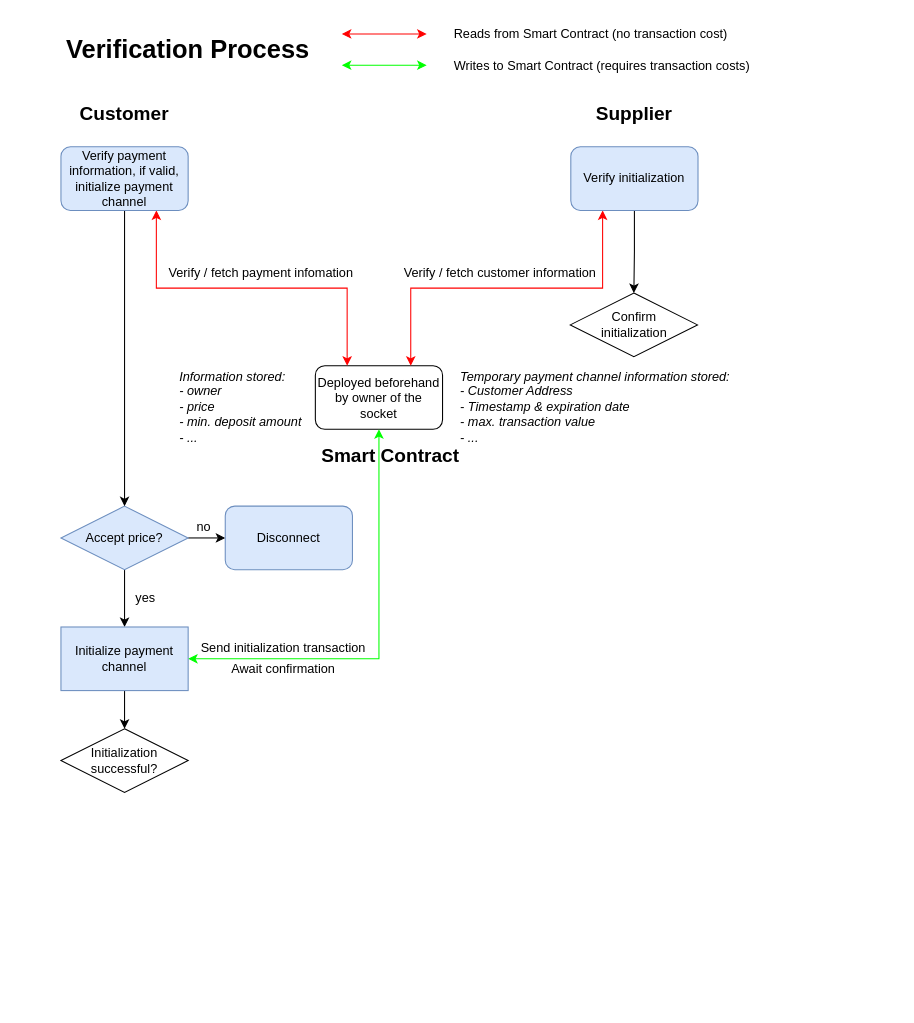
This is page "verification_process" (2 of 4) of flowcharts/Plug-Socket.drawio from gretzke/Blockchain-Based-Smart-Outlet, a draw.io file, before an edit. Source tidied: cells renumbered, new cells numbered last; positions are measured from the earlier drawing's top-left corner, leaving out a move shared by most shapes. Both pictures are drawn from the tidied source at 106%, with x=0, y=0 at pixel (60, 23).
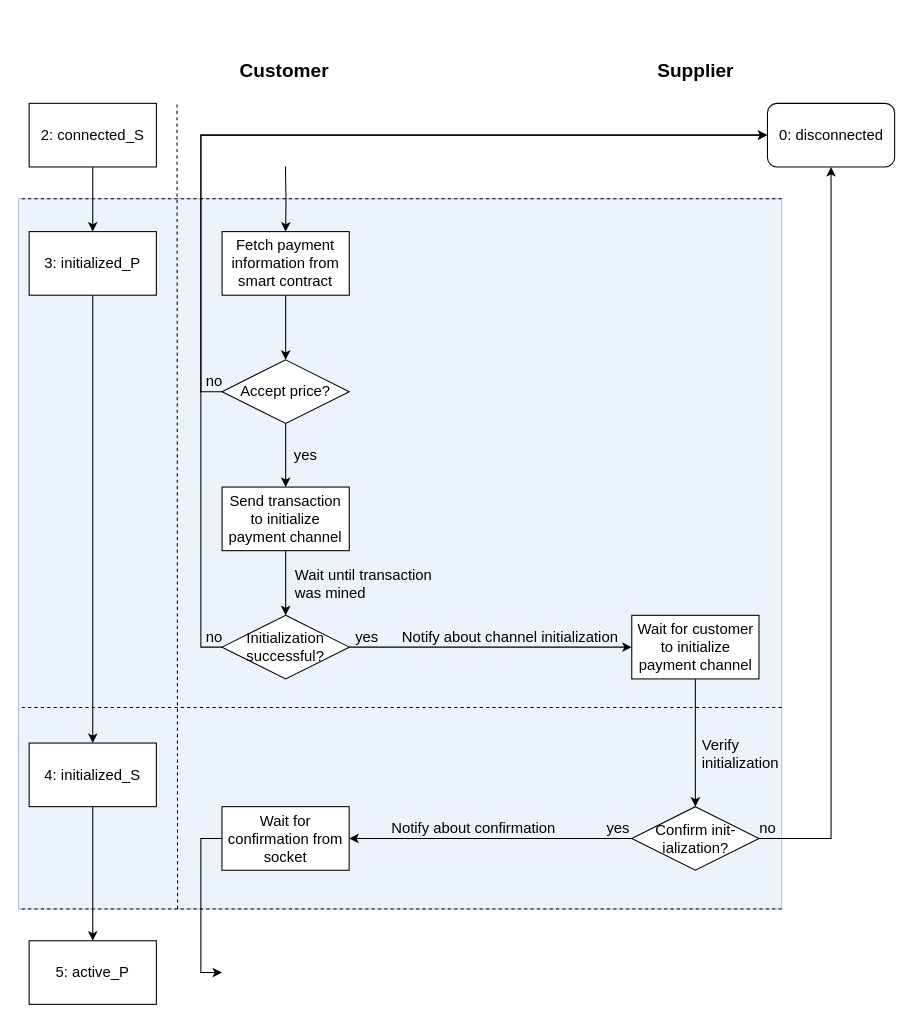
The same diagram, later.

What changed in the source:
```diff
@@
-    <mxCell id="2" value="Deployed beforehand by owner of the socket&lt;br&gt;" style="rounded=1;whiteSpace=wrap;html=1;" parent="1" vertex="1">
-      <mxGeometry x="240" y="322.5" width="120" height="60" as="geometry" />
-    </mxCell>
-    <mxCell id="3" value="&lt;i&gt;Information stored:&lt;br&gt;- owner&lt;br&gt;- price&lt;br&gt;- min. deposit amount&lt;br&gt;- ...&lt;br&gt;&lt;br&gt;&lt;/i&gt;" style="text;html=1;align=left;verticalAlign=top;spacingTop=-4;" parent="1" vertex="1">
-      <mxGeometry x="110" y="322.5" width="130" height="90" as="geometry" />
-    </mxCell>
-    <mxCell id="4" style="edgeStyle=orthogonalEdgeStyle;rounded=0;jettySize=auto;html=1;exitX=0.5;exitY=1;exitDx=0;exitDy=0;entryX=0.5;entryY=0;entryDx=0;entryDy=0;startArrow=none;startFill=0;endArrow=classic;endFill=1;strokeColor=#000000;" parent="1" edge="1" source="6" target="10">
-      <mxGeometry relative="1" as="geometry" />
-    </mxCell>
-    <mxCell id="5" style="edgeStyle=orthogonalEdgeStyle;rounded=0;jettySize=auto;html=1;exitX=1;exitY=0.5;exitDx=0;exitDy=0;entryX=0;entryY=0.5;entryDx=0;entryDy=0;" parent="1" edge="1" source="6" target="7">
-      <mxGeometry relative="1" as="geometry" />
-    </mxCell>
-    <mxCell id="6" value="Accept price?" style="rhombus;whiteSpace=wrap;html=1;fillColor=#dae8fc;strokeColor=#6c8ebf;" parent="1" vertex="1">
-      <mxGeometry y="455" width="120" height="60" as="geometry" />
-    </mxCell>
-    <mxCell id="7" value="Disconnect" style="rounded=1;whiteSpace=wrap;html=1;fillColor=#dae8fc;strokeColor=#6c8ebf;" parent="1" vertex="1">
-      <mxGeometry x="155" y="455" width="120" height="60" as="geometry" />
-    </mxCell>
-    <mxCell id="8" style="edgeStyle=orthogonalEdgeStyle;rounded=0;jettySize=auto;html=1;exitX=1;exitY=0.5;exitDx=0;exitDy=0;entryX=0.5;entryY=1;entryDx=0;entryDy=0;startArrow=classic;startFill=1;endArrow=classic;endFill=1;strokeColor=#00FF00;" parent="1" edge="1" source="10" target="2">
-      <mxGeometry relative="1" as="geometry" />
-    </mxCell>
-    <mxCell id="9" style="edgeStyle=orthogonalEdgeStyle;rounded=0;jettySize=auto;html=1;exitX=0.5;exitY=1;exitDx=0;exitDy=0;startArrow=none;startFill=0;endArrow=classic;endFill=1;strokeColor=#000000;entryX=0.5;entryY=0;entryDx=0;entryDy=0;" parent="1" edge="1" source="10" target="31">
-      <mxGeometry relative="1" as="geometry" />
-    </mxCell>
-    <mxCell id="10" value="Initialize payment channel" style="rounded=0;whiteSpace=wrap;html=1;fillColor=#dae8fc;strokeColor=#6c8ebf;" parent="1" vertex="1">
-      <mxGeometry y="569" width="120" height="60" as="geometry" />
-    </mxCell>
-    <mxCell id="11" value="&lt;i&gt;Temporary payment channel information stored:&lt;br&gt;- Customer Address&lt;br&gt;- Timestamp &amp;amp; expiration date&lt;br&gt;- max. transaction value&lt;br&gt;- ...&lt;br&gt;&lt;br&gt;&lt;/i&gt;" style="text;html=1;align=left;verticalAlign=top;spacingTop=-4;" parent="1" vertex="1">
-      <mxGeometry x="375" y="322.5" width="270" height="90" as="geometry" />
-    </mxCell>
-    <mxCell id="12" value="no&lt;br&gt;" style="text;html=1;strokeColor=none;fillColor=none;align=center;verticalAlign=middle;whiteSpace=wrap;rounded=0;" parent="1" vertex="1">
-      <mxGeometry x="115" y="465" width="40" height="20" as="geometry" />
-    </mxCell>
-    <mxCell id="13" value="&lt;h1&gt;Verification Process&lt;/h1&gt;" style="text;html=1;strokeColor=none;fillColor=none;align=center;verticalAlign=middle;whiteSpace=wrap;rounded=0;" parent="1" vertex="1">
-      <mxGeometry y="15" width="240" height="20" as="geometry" />
-    </mxCell>
-    <mxCell id="14" style="endArrow=classic;startArrow=classic;html=1;strokeColor=#FF0000;" parent="1" edge="1">
-      <mxGeometry relative="1" as="geometry">
-        <mxPoint x="265" y="9.5" as="sourcePoint" />
-        <mxPoint x="345" y="9.5" as="targetPoint" />
-      </mxGeometry>
-    </mxCell>
-    <mxCell id="15" style="endArrow=classic;startArrow=classic;html=1;strokeColor=#00FF00;" parent="1" edge="1">
-      <mxGeometry relative="1" as="geometry">
-        <mxPoint x="265" y="39" as="sourcePoint" />
-        <mxPoint x="345" y="39" as="targetPoint" />
-      </mxGeometry>
-    </mxCell>
-    <mxCell id="16" value="&lt;span&gt;Reads from Smart Contract (no transaction cost)&lt;/span&gt;" style="text;html=1;align=left;verticalAlign=top;spacingTop=-4;" parent="1" vertex="1">
-      <mxGeometry x="368.5" width="270" height="20" as="geometry" />
-    </mxCell>
-    <mxCell id="17" value="&lt;span&gt;Writes to Smart Contract (requires transaction costs)&lt;/span&gt;" style="text;html=1;align=left;verticalAlign=top;spacingTop=-4;" parent="1" vertex="1">
-      <mxGeometry x="368.5" y="30" width="290" height="20" as="geometry" />
-    </mxCell>
+    <mxCell id="34" style="rounded=0;whiteSpace=wrap;html=1;shadow=0;glass=0;comic=0;strokeWidth=1;fillColor=#dae8fc;strokeColor=#6c8ebf;opacity=50;fontSize=14;" parent="1" vertex="1">
+      <mxGeometry x="-40" y="165" width="720" height="670" as="geometry" />
+    </mxCell>
     <mxCell id="18" value="&lt;b&gt;&lt;font style=&quot;font-size: 18px&quot;&gt;Customer&lt;/font&gt;&lt;/b&gt;&lt;br&gt;" style="text;html=1;strokeColor=none;fillColor=none;align=center;verticalAlign=middle;whiteSpace=wrap;rounded=0;" parent="1" vertex="1">
-      <mxGeometry x="40" y="75" width="40" height="20" as="geometry" />
+      <mxGeometry x="190.5" y="35" width="40" height="20" as="geometry" />
     </mxCell>
     <mxCell id="19" value="&lt;b&gt;&lt;font style=&quot;font-size: 18px&quot;&gt;Supplier&lt;/font&gt;&lt;/b&gt;&lt;br&gt;" style="text;html=1;strokeColor=none;fillColor=none;align=center;verticalAlign=middle;whiteSpace=wrap;rounded=0;" parent="1" vertex="1">
-      <mxGeometry x="521" y="75" width="40" height="20" as="geometry" />
+      <mxGeometry x="578.5" y="35" width="40" height="20" as="geometry" />
     </mxCell>
-    <mxCell id="20" style="edgeStyle=orthogonalEdgeStyle;rounded=0;jettySize=auto;html=1;exitX=0.75;exitY=1;exitDx=0;exitDy=0;entryX=0.25;entryY=0;entryDx=0;entryDy=0;startArrow=classic;startFill=1;endArrow=classic;endFill=1;fillColor=#f8cecc;strokeColor=#FF0000;" parent="1" edge="1" source="22" target="2">
-      <mxGeometry relative="1" as="geometry" />
-    </mxCell>
-    <mxCell id="21" style="edgeStyle=orthogonalEdgeStyle;rounded=0;jettySize=auto;html=1;exitX=0.5;exitY=1;exitDx=0;exitDy=0;entryX=0.5;entryY=0;entryDx=0;entryDy=0;startArrow=none;startFill=0;endArrow=classic;endFill=1;strokeColor=#000000;" parent="1" edge="1" source="22" target="6">
-      <mxGeometry relative="1" as="geometry" />
-    </mxCell>
-    <mxCell id="22" value="Verify payment information, if valid, initialize payment channel&lt;br&gt;" style="rounded=1;whiteSpace=wrap;html=1;glass=0;fillColor=#dae8fc;strokeColor=#6c8ebf;" parent="1" vertex="1">
-      <mxGeometry y="116" width="120" height="60" as="geometry" />
-    </mxCell>
-    <mxCell id="23" style="edgeStyle=orthogonalEdgeStyle;rounded=0;jettySize=auto;html=1;exitX=0.25;exitY=1;exitDx=0;exitDy=0;entryX=0.75;entryY=0;entryDx=0;entryDy=0;startArrow=classic;startFill=1;endArrow=classic;endFill=1;strokeColor=#FF0000;" parent="1" edge="1" source="25" target="2">
-      <mxGeometry relative="1" as="geometry" />
-    </mxCell>
-    <mxCell id="24" style="edgeStyle=orthogonalEdgeStyle;rounded=0;jettySize=auto;html=1;exitX=0.5;exitY=1;exitDx=0;exitDy=0;startArrow=none;startFill=0;endArrow=classic;endFill=1;strokeColor=#000000;entryX=0.5;entryY=0;entryDx=0;entryDy=0;" parent="1" edge="1" source="25" target="32">
-      <mxGeometry relative="1" as="geometry" />
-    </mxCell>
+    <mxCell id="35" style="edgeStyle=orthogonalEdgeStyle;rounded=0;jettySize=auto;html=1;exitX=0.5;exitY=1;exitDx=0;exitDy=0;entryX=0.5;entryY=0;entryDx=0;entryDy=0;fontSize=14;" parent="1" edge="1" source="36" target="6">
+      <mxGeometry relative="1" as="geometry" />
+    </mxCell>
+    <mxCell id="36" value="Fetch payment information from smart contract&lt;br style=&quot;font-size: 14px;&quot;&gt;" style="rounded=0;whiteSpace=wrap;html=1;glass=0;fontSize=14;" parent="1" vertex="1">
+      <mxGeometry x="152" y="196" width="120" height="60" as="geometry" />
+    </mxCell>
+    <mxCell id="37" style="edgeStyle=orthogonalEdgeStyle;rounded=0;jettySize=auto;html=1;exitX=0.5;exitY=1;exitDx=0;exitDy=0;entryX=0.5;entryY=0;entryDx=0;entryDy=0;fontSize=14;" parent="1" edge="1" target="36">
+      <mxGeometry relative="1" as="geometry">
+        <mxPoint x="211.8" y="134.5" as="sourcePoint" />
+      </mxGeometry>
+    </mxCell>
+    <mxCell id="38" style="edgeStyle=orthogonalEdgeStyle;rounded=0;jettySize=auto;html=1;exitX=0.5;exitY=1;exitDx=0;exitDy=0;entryX=0.5;entryY=0;entryDx=0;entryDy=0;fontSize=14;" parent="1" edge="1" source="39" target="41">
+      <mxGeometry relative="1" as="geometry" />
+    </mxCell>
+    <mxCell id="39" value="2: connected_S" style="rounded=0;whiteSpace=wrap;html=1;shadow=0;glass=0;comic=0;strokeWidth=1;fillColor=none;gradientColor=none;fontSize=14;" parent="1" vertex="1">
+      <mxGeometry x="-30" y="75" width="120" height="60" as="geometry" />
+    </mxCell>
+    <mxCell id="40" style="edgeStyle=orthogonalEdgeStyle;rounded=0;jettySize=auto;html=1;exitX=0.5;exitY=1;exitDx=0;exitDy=0;entryX=0.5;entryY=0;entryDx=0;entryDy=0;fontSize=14;" parent="1" edge="1" source="41" target="43">
+      <mxGeometry relative="1" as="geometry" />
+    </mxCell>
+    <mxCell id="41" value="3: initialized_P" style="rounded=0;whiteSpace=wrap;html=1;shadow=0;glass=0;comic=0;strokeWidth=1;fontSize=14;" parent="1" vertex="1">
+      <mxGeometry x="-30" y="196" width="120" height="60" as="geometry" />
+    </mxCell>
+    <mxCell id="42" style="edgeStyle=orthogonalEdgeStyle;rounded=0;jettySize=auto;html=1;exitX=0.5;exitY=1;exitDx=0;exitDy=0;entryX=0.5;entryY=0;entryDx=0;entryDy=0;fontSize=14;" parent="1" edge="1" source="43" target="44">
+      <mxGeometry relative="1" as="geometry" />
+    </mxCell>
+    <mxCell id="43" value="4: initialized_S" style="rounded=0;whiteSpace=wrap;html=1;shadow=0;glass=0;comic=0;strokeWidth=1;fontSize=14;" parent="1" vertex="1">
+      <mxGeometry x="-30" y="678.5" width="120" height="60" as="geometry" />
+    </mxCell>
+    <mxCell id="44" value="5: active_P&lt;br style=&quot;font-size: 14px;&quot;&gt;" style="rounded=0;whiteSpace=wrap;html=1;shadow=0;glass=0;comic=0;strokeWidth=1;fillColor=none;gradientColor=none;fontSize=14;" parent="1" vertex="1">
+      <mxGeometry x="-30" y="865" width="120" height="60" as="geometry" />
+    </mxCell>
+    <mxCell id="45" style="endArrow=none;dashed=1;html=1;fontSize=14;" parent="1" edge="1">
+      <mxGeometry relative="1" as="geometry">
+        <mxPoint x="110" y="835" as="sourcePoint" />
+        <mxPoint x="109.5" y="75" as="targetPoint" />
+      </mxGeometry>
+    </mxCell>
+    <mxCell id="46" value="0: disconnected" style="rounded=1;whiteSpace=wrap;html=1;shadow=0;glass=0;comic=0;strokeWidth=1;fillColor=none;gradientColor=none;fontSize=14;" parent="1" vertex="1">
+      <mxGeometry x="666.5" y="75" width="120" height="60" as="geometry" />
+    </mxCell>
+    <mxCell id="47" style="endArrow=none;dashed=1;html=1;fontSize=14;" parent="1" edge="1">
+      <mxGeometry relative="1" as="geometry">
+        <mxPoint x="680" y="645" as="sourcePoint" />
+        <mxPoint x="-40" y="645" as="targetPoint" />
+      </mxGeometry>
+    </mxCell>
+    <mxCell id="48" style="endArrow=none;dashed=1;html=1;fontSize=14;entryX=0;entryY=0;entryDx=0;entryDy=0;entryPerimeter=0;exitX=1;exitY=0;exitDx=0;exitDy=0;exitPerimeter=0;" parent="1" edge="1" source="34" target="34">
+      <mxGeometry relative="1" as="geometry" />
+    </mxCell>
+    <mxCell id="49" style="endArrow=none;dashed=1;html=1;fontSize=14;exitX=1;exitY=1;exitDx=0;exitDy=0;exitPerimeter=0;entryX=0;entryY=1;entryDx=0;entryDy=0;entryPerimeter=0;" parent="1" edge="1" source="34" target="34">
+      <mxGeometry relative="1" as="geometry" />
+    </mxCell>
+    <mxCell id="50" style="edgeStyle=orthogonalEdgeStyle;rounded=0;jettySize=auto;html=1;exitX=0;exitY=0.5;exitDx=0;exitDy=0;entryX=0;entryY=0.5;entryDx=0;entryDy=0;fontSize=14;" parent="1" edge="1" source="6" target="46">
+      <mxGeometry relative="1" as="geometry" />
+    </mxCell>
+    <mxCell id="51" style="edgeStyle=orthogonalEdgeStyle;rounded=0;jettySize=auto;html=1;exitX=0.5;exitY=1;exitDx=0;exitDy=0;entryX=0.5;entryY=0;entryDx=0;entryDy=0;fontSize=14;" parent="1" edge="1" source="6" target="54">
+      <mxGeometry relative="1" as="geometry" />
+    </mxCell>
+    <mxCell id="6" value="Accept price?" style="rhombus;whiteSpace=wrap;html=1;fontSize=14;" parent="1" vertex="1">
+      <mxGeometry x="152" y="317" width="120" height="60" as="geometry" />
+    </mxCell>
+    <mxCell id="52" value="no" style="text;html=1;strokeColor=none;fillColor=none;align=center;verticalAlign=middle;whiteSpace=wrap;rounded=0;shadow=0;glass=0;comic=0;opacity=50;fontSize=14;" parent="1" vertex="1">
+      <mxGeometry x="125" y="327" width="40" height="20" as="geometry" />
+    </mxCell>
+    <mxCell id="53" style="edgeStyle=orthogonalEdgeStyle;rounded=0;jettySize=auto;html=1;exitX=0.5;exitY=1;exitDx=0;exitDy=0;entryX=0.5;entryY=0;entryDx=0;entryDy=0;fontSize=14;" parent="1" edge="1" source="54" target="31">
+      <mxGeometry relative="1" as="geometry" />
+    </mxCell>
+    <mxCell id="54" value="Send transaction to initialize payment channel" style="rounded=0;whiteSpace=wrap;html=1;shadow=0;glass=0;comic=0;strokeWidth=1;fontSize=14;" parent="1" vertex="1">
+      <mxGeometry x="152" y="437" width="120" height="60" as="geometry" />
+    </mxCell>
+    <mxCell id="55" style="edgeStyle=orthogonalEdgeStyle;rounded=0;jettySize=auto;html=1;exitX=0;exitY=0.5;exitDx=0;exitDy=0;fontSize=14;" parent="1" edge="1" source="56">
+      <mxGeometry relative="1" as="geometry">
+        <mxPoint x="152" y="895" as="targetPoint" />
+        <Array as="points">
+          <mxPoint x="132" y="768" />
+          <mxPoint x="132" y="895" />
+        </Array>
+      </mxGeometry>
+    </mxCell>
+    <mxCell id="56" value="Wait for confirmation from socket" style="rounded=0;whiteSpace=wrap;html=1;shadow=0;glass=0;comic=0;strokeWidth=1;fontSize=14;" parent="1" vertex="1">
+      <mxGeometry x="151.9" y="738.5" width="120" height="60" as="geometry" />
+    </mxCell>
+    <mxCell id="57" style="edgeStyle=orthogonalEdgeStyle;rounded=0;jettySize=auto;html=1;entryX=0.5;entryY=0;entryDx=0;entryDy=0;fontSize=14;" parent="1" edge="1" source="58" target="67">
+      <mxGeometry relative="1" as="geometry" />
+    </mxCell>
+    <mxCell id="58" value="Wait for customer to initialize payment channel" style="rounded=0;whiteSpace=wrap;html=1;shadow=0;glass=0;comic=0;strokeWidth=1;fontSize=14;" parent="1" vertex="1">
+      <mxGeometry x="538.5" y="558" width="120" height="60" as="geometry" />
+    </mxCell>
+    <mxCell id="59" style="edgeStyle=orthogonalEdgeStyle;rounded=0;jettySize=auto;html=1;exitX=0;exitY=0.5;exitDx=0;exitDy=0;entryX=0;entryY=0.5;entryDx=0;entryDy=0;fontSize=14;" parent="1" edge="1" source="31" target="46">
+      <mxGeometry relative="1" as="geometry" />
+    </mxCell>
+    <mxCell id="60" style="edgeStyle=orthogonalEdgeStyle;rounded=0;jettySize=auto;html=1;exitX=1;exitY=0.5;exitDx=0;exitDy=0;entryX=0;entryY=0.5;entryDx=0;entryDy=0;fontSize=14;" parent="1" edge="1" source="31" target="58">
+      <mxGeometry relative="1" as="geometry" />
+    </mxCell>
+    <mxCell id="31" value="Initialization successful?&lt;br style=&quot;font-size: 14px;&quot;&gt;" style="rhombus;whiteSpace=wrap;html=1;fontSize=14;" parent="1" vertex="1">
+      <mxGeometry x="152" y="558" width="120" height="60" as="geometry" />
+    </mxCell>
+    <mxCell id="61" value="no" style="text;html=1;strokeColor=none;fillColor=none;align=center;verticalAlign=middle;whiteSpace=wrap;rounded=0;shadow=0;glass=0;comic=0;opacity=50;fontSize=14;" parent="1" vertex="1">
+      <mxGeometry x="125" y="568.5" width="40" height="20" as="geometry" />
+    </mxCell>
+    <mxCell id="62" value="Wait until transaction was mined" style="text;html=1;strokeColor=none;fillColor=none;align=left;verticalAlign=middle;whiteSpace=wrap;rounded=0;shadow=0;glass=0;comic=0;fontSize=14;" parent="1" vertex="1">
+      <mxGeometry x="219" y="518" width="141" height="20" as="geometry" />
+    </mxCell>
+    <mxCell id="63" value="yes" style="text;html=1;strokeColor=none;fillColor=none;align=center;verticalAlign=middle;whiteSpace=wrap;rounded=0;shadow=0;glass=0;comic=0;opacity=50;fontSize=14;" parent="1" vertex="1">
+      <mxGeometry x="268.5" y="568.5" width="40" height="20" as="geometry" />
+    </mxCell>
+    <mxCell id="64" value="Notify about channel initialization" style="text;html=1;strokeColor=none;fillColor=none;align=center;verticalAlign=middle;whiteSpace=wrap;rounded=0;shadow=0;glass=0;comic=0;opacity=50;fontSize=14;" parent="1" vertex="1">
+      <mxGeometry x="313.5" y="569" width="220" height="20" as="geometry" />
+    </mxCell>
+    <mxCell id="65" style="edgeStyle=orthogonalEdgeStyle;rounded=0;jettySize=auto;html=1;entryX=0.5;entryY=1;entryDx=0;entryDy=0;fontSize=14;" parent="1" edge="1" source="67" target="46">
+      <mxGeometry relative="1" as="geometry" />
+    </mxCell>
+    <mxCell id="66" style="edgeStyle=orthogonalEdgeStyle;rounded=0;jettySize=auto;html=1;exitX=0;exitY=0.5;exitDx=0;exitDy=0;entryX=1;entryY=0.5;entryDx=0;entryDy=0;fontSize=14;" parent="1" edge="1" source="67" target="56">
+      <mxGeometry relative="1" as="geometry" />
+    </mxCell>
+    <mxCell id="67" value="Confirm init-&lt;br&gt;ialization?" style="rhombus;whiteSpace=wrap;html=1;fontSize=14;" parent="1" vertex="1">
+      <mxGeometry x="538.5" y="738.5" width="120" height="60" as="geometry" />
+    </mxCell>
-    <mxCell id="25" value="Verify initialization" style="rounded=1;whiteSpace=wrap;html=1;fillColor=#dae8fc;strokeColor=#6c8ebf;" parent="1" vertex="1">
-      <mxGeometry x="481" y="116" width="120" height="60" as="geometry" />
+    <mxCell id="25" value="Verify&lt;br style=&quot;font-size: 14px;&quot;&gt;&lt;div style=&quot;text-align: left; font-size: 14px;&quot;&gt;&lt;span style=&quot;font-size: 14px;&quot;&gt;initialization&lt;/span&gt;&lt;/div&gt;" style="text;html=1;strokeColor=none;fillColor=none;align=left;verticalAlign=middle;whiteSpace=wrap;rounded=0;shadow=0;glass=0;comic=0;fontSize=14;" parent="1" vertex="1">
+      <mxGeometry x="602.5" y="679" width="82" height="20" as="geometry" />
     </mxCell>
-    <mxCell id="26" value="Verify / fetch payment infomation" style="text;html=1;strokeColor=none;fillColor=none;align=center;verticalAlign=middle;whiteSpace=wrap;rounded=0;glass=0;" parent="1" vertex="1">
-      <mxGeometry x="90" y="225" width="198" height="20" as="geometry" />
-    </mxCell>
-    <mxCell id="27" value="Verify / fetch customer information" style="text;html=1;strokeColor=none;fillColor=none;align=center;verticalAlign=middle;whiteSpace=wrap;rounded=0;glass=0;" parent="1" vertex="1">
-      <mxGeometry x="309" y="225" width="211" height="20" as="geometry" />
-    </mxCell>
-    <mxCell id="28" value="Send initialization transaction" style="text;html=1;strokeColor=none;fillColor=none;align=center;verticalAlign=middle;whiteSpace=wrap;rounded=0;glass=0;" parent="1" vertex="1">
-      <mxGeometry x="130" y="579" width="160" height="20" as="geometry" />
-    </mxCell>
-    <mxCell id="29" value="Await confirmation" style="text;html=1;strokeColor=none;fillColor=none;align=center;verticalAlign=middle;whiteSpace=wrap;rounded=0;glass=0;" parent="1" vertex="1">
-      <mxGeometry x="155" y="599" width="110" height="20" as="geometry" />
-    </mxCell>
-    <mxCell id="30" value="&lt;font style=&quot;font-size: 18px&quot;&gt;&lt;b&gt;Smart Contract&lt;/b&gt;&lt;/font&gt;" style="text;html=1;strokeColor=none;fillColor=none;align=center;verticalAlign=middle;whiteSpace=wrap;rounded=0;" parent="1" vertex="1">
-      <mxGeometry x="236" y="397.5" width="150" height="20" as="geometry" />
-    </mxCell>
-    <mxCell id="31" value="Initialization successful?&lt;br&gt;" style="rhombus;whiteSpace=wrap;html=1;" parent="1" vertex="1">
-      <mxGeometry y="665" width="120" height="60" as="geometry" />
-    </mxCell>
-    <mxCell id="32" value="Confirm&lt;br&gt;initialization" style="rhombus;whiteSpace=wrap;html=1;" parent="1" vertex="1">
-      <mxGeometry x="480.5" y="254" width="120" height="60" as="geometry" />
-    </mxCell>
-    <mxCell id="33" value="yes" style="text;html=1;strokeColor=none;fillColor=none;align=center;verticalAlign=middle;whiteSpace=wrap;rounded=0;" parent="1" vertex="1">
-      <mxGeometry x="60" y="532" width="40" height="20" as="geometry" />
-    </mxCell>
+    <mxCell id="68" value="yes" style="text;html=1;strokeColor=none;fillColor=none;align=center;verticalAlign=middle;whiteSpace=wrap;rounded=0;shadow=0;glass=0;comic=0;opacity=50;fontSize=14;" parent="1" vertex="1">
+      <mxGeometry x="506" y="748.5" width="40" height="20" as="geometry" />
+    </mxCell>
+    <mxCell id="69" value="no" style="text;html=1;strokeColor=none;fillColor=none;align=center;verticalAlign=middle;whiteSpace=wrap;rounded=0;shadow=0;glass=0;comic=0;opacity=50;fontSize=14;" parent="1" vertex="1">
+      <mxGeometry x="646.5" y="748.5" width="40" height="20" as="geometry" />
+    </mxCell>
+    <mxCell id="70" value="Notify about confirmation" style="text;html=1;strokeColor=none;fillColor=none;align=center;verticalAlign=middle;whiteSpace=wrap;rounded=0;shadow=0;glass=0;comic=0;opacity=50;fontSize=14;" parent="1" vertex="1">
+      <mxGeometry x="295.5" y="748.5" width="187" height="20" as="geometry" />
+    </mxCell>
+    <mxCell id="71" value="&lt;font style=&quot;font-size: 14px&quot;&gt;yes&lt;/font&gt;&lt;br&gt;" style="text;html=1;strokeColor=none;fillColor=none;align=center;verticalAlign=middle;whiteSpace=wrap;rounded=0;" parent="1" vertex="1">
+      <mxGeometry x="210.5" y="397" width="40" height="20" as="geometry" />
+    </mxCell>
```
